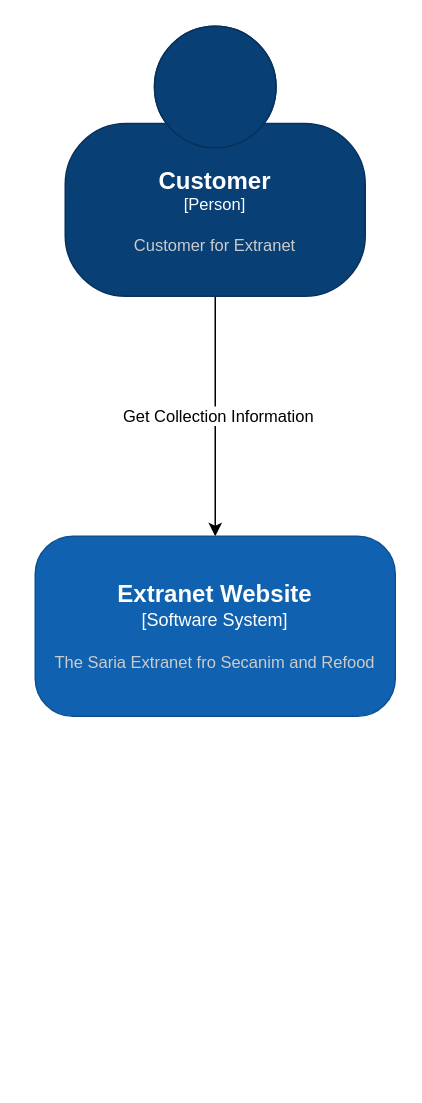
Before: C4Model.drawio in samuelcella/C4, a draw.io diagram. Source tidied: cells renumbered, new cells numbered last; positions are measured from the earlier drawing's top-left corner, leaving out a move shared by most shapes. Both pictures are drawn from the tidied source at 150%, with x=0, y=0 at pixel (34, 26).
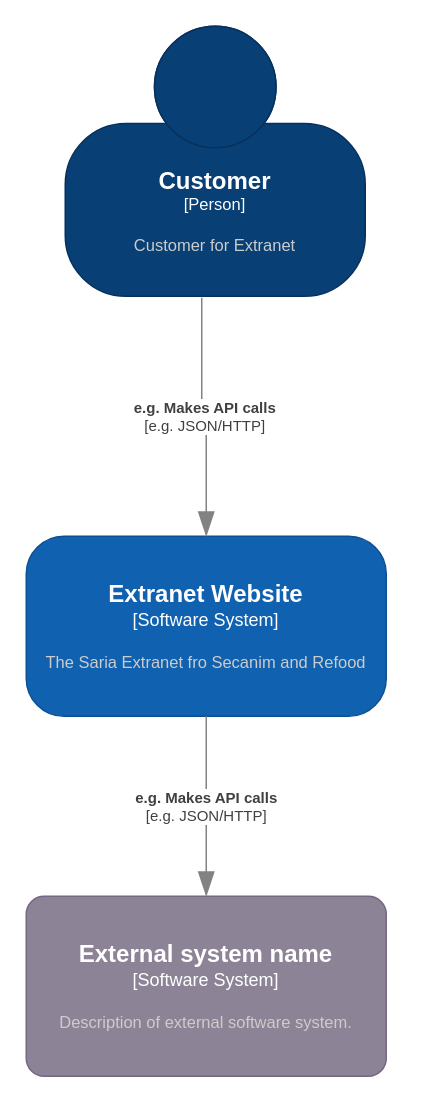
The same page after the edit.

Diff of the diagram source:
```diff
@@
 <mxGraphModel>
   <root>
     <mxCell id="0" />
     <mxCell id="1" parent="0" />
-    <mxCell id="2" style="edgeStyle=orthogonalEdgeStyle;rounded=0;jettySize=auto;html=1;" parent="1" edge="1" source="4" target="5">
-      <mxGeometry relative="1" as="geometry" />
-    </mxCell>
-    <mxCell id="3" value="Get Collection Information" style="edgeLabel;html=1;align=center;verticalAlign=middle;" parent="2" vertex="1">
-      <mxGeometry x="-0.01" y="1" relative="1" as="geometry" />
-    </mxCell>
     <object id="4" label="&lt;font style=&quot;font-size: 16px&quot;&gt;&lt;b&gt;%c4Name%&lt;/b&gt;&lt;/font&gt;&lt;div&gt;[%c4Type%]&lt;/div&gt;&lt;br&gt;&lt;div&gt;&lt;font style=&quot;font-size: 11px&quot;&gt;&lt;font color=&quot;#cccccc&quot;&gt;%c4Description%&lt;/font&gt;&lt;/div&gt;" c4Description="Customer for Extranet" c4Name="Customer" c4Type="Person" placeholders="1">
       <mxCell style="html=1;fontSize=11;dashed=0;whiteSpace=wrap;fillColor=#083F75;strokeColor=#06315C;fontColor=#ffffff;shape=mxgraph.c4.person2;align=center;points=[[0.5,0,0],[1,0.5,0],[1,0.75,0],[0.75,1,0],[0.5,1,0],[0.25,1,0],[0,0.75,0],[0,0.5,0]];" parent="1" vertex="1">
         <mxGeometry x="20" width="200" height="180" as="geometry" />
       </mxCell>
     </object>
     <object id="5" label="&lt;font style=&quot;font-size: 16px&quot;&gt;&lt;b&gt;%c4Name%&lt;/b&gt;&lt;/font&gt;&lt;div&gt;[%c4Type%]&lt;/div&gt;&lt;br&gt;&lt;div&gt;&lt;font style=&quot;font-size: 11px&quot;&gt;&lt;font color=&quot;#cccccc&quot;&gt;%c4Description%&lt;/font&gt;&lt;/div&gt;" c4Description="The Saria Extranet fro Secanim and Refood" c4Name="Extranet Website" c4Type="Software System" placeholders="1">
       <mxCell style="rounded=1;whiteSpace=wrap;html=1;labelBackgroundColor=none;fillColor=#1061B0;fontColor=#ffffff;align=center;arcSize=21;strokeColor=#0D5091;points=[[0.25,0,0],[0.5,0,0],[0.75,0,0],[1,0.25,0],[1,0.5,0],[1,0.75,0],[0.75,1,0],[0.5,1,0],[0.25,1,0],[0,0.75,0],[0,0.5,0],[0,0.25,0]];" parent="1" vertex="1">
-        <mxGeometry y="340" width="240" height="120" as="geometry" />
+        <mxGeometry x="-6" y="340" width="240" height="120" as="geometry" />
       </mxCell>
     </object>
+    <object id="6" label="&lt;font style=&quot;font-size: 16px&quot;&gt;&lt;b&gt;%c4Name%&lt;/b&gt;&lt;/font&gt;&lt;div&gt;[%c4Type%]&lt;/div&gt;&lt;br&gt;&lt;div&gt;&lt;font style=&quot;font-size: 11px&quot;&gt;&lt;font color=&quot;#cccccc&quot;&gt;%c4Description%&lt;/font&gt;&lt;/div&gt;" c4Description="Description of external software system." c4Name="External system name" c4Type="Software System" placeholders="1">
+      <mxCell style="rounded=1;whiteSpace=wrap;html=1;labelBackgroundColor=none;fillColor=#8C8496;fontColor=#ffffff;align=center;arcSize=10;strokeColor=#736782;points=[[0.25,0,0],[0.5,0,0],[0.75,0,0],[1,0.25,0],[1,0.5,0],[1,0.75,0],[0.75,1,0],[0.5,1,0],[0.25,1,0],[0,0.75,0],[0,0.5,0],[0,0.25,0]];" parent="1" vertex="1">
+        <mxGeometry x="-6" y="580" width="240" height="120" as="geometry" />
+      </mxCell>
+    </object>
+    <object id="2" label="&lt;div style=&quot;text-align: left&quot;&gt;&lt;div style=&quot;text-align: center&quot;&gt;&lt;b&gt;%c4Description%&lt;/b&gt;&lt;/div&gt;&lt;div style=&quot;text-align: center&quot;&gt;[%c4Technology%]&lt;/div&gt;&lt;/div&gt;" c4Description="e.g. Makes API calls" c4Technology="e.g. JSON/HTTP" placeholders="1">
+      <mxCell style="endArrow=blockThin;html=1;fontSize=10;fontColor=#404040;strokeWidth=1;endFill=1;strokeColor=#828282;elbow=vertical;endSize=14;startSize=14;jumpStyle=arc;jumpSize=16;rounded=0;edgeStyle=orthogonalEdgeStyle;exitX=0.455;exitY=1.006;exitDx=0;exitDy=0;exitPerimeter=0;" parent="1" edge="1" source="4" target="5">
+        <mxGeometry relative="1" as="geometry" />
+      </mxCell>
+    </object>
+    <object id="7" label="&lt;div style=&quot;text-align: left&quot;&gt;&lt;div style=&quot;text-align: center&quot;&gt;&lt;b&gt;%c4Description%&lt;/b&gt;&lt;/div&gt;&lt;div style=&quot;text-align: center&quot;&gt;[%c4Technology%]&lt;/div&gt;&lt;/div&gt;" c4Description="e.g. Makes API calls" c4Technology="e.g. JSON/HTTP" placeholders="1">
+      <mxCell style="endArrow=blockThin;html=1;fontSize=10;fontColor=#404040;strokeWidth=1;endFill=1;strokeColor=#828282;elbow=vertical;endSize=14;startSize=14;jumpStyle=arc;jumpSize=16;rounded=0;edgeStyle=orthogonalEdgeStyle;entryX=0.5;entryY=0;entryDx=0;entryDy=0;entryPerimeter=0;exitX=0.5;exitY=1;exitDx=0;exitDy=0;exitPerimeter=0;" parent="1" edge="1" source="5" target="6">
+        <mxGeometry relative="1" as="geometry" />
+      </mxCell>
+    </object>
   </root>
 </mxGraphModel>
```
